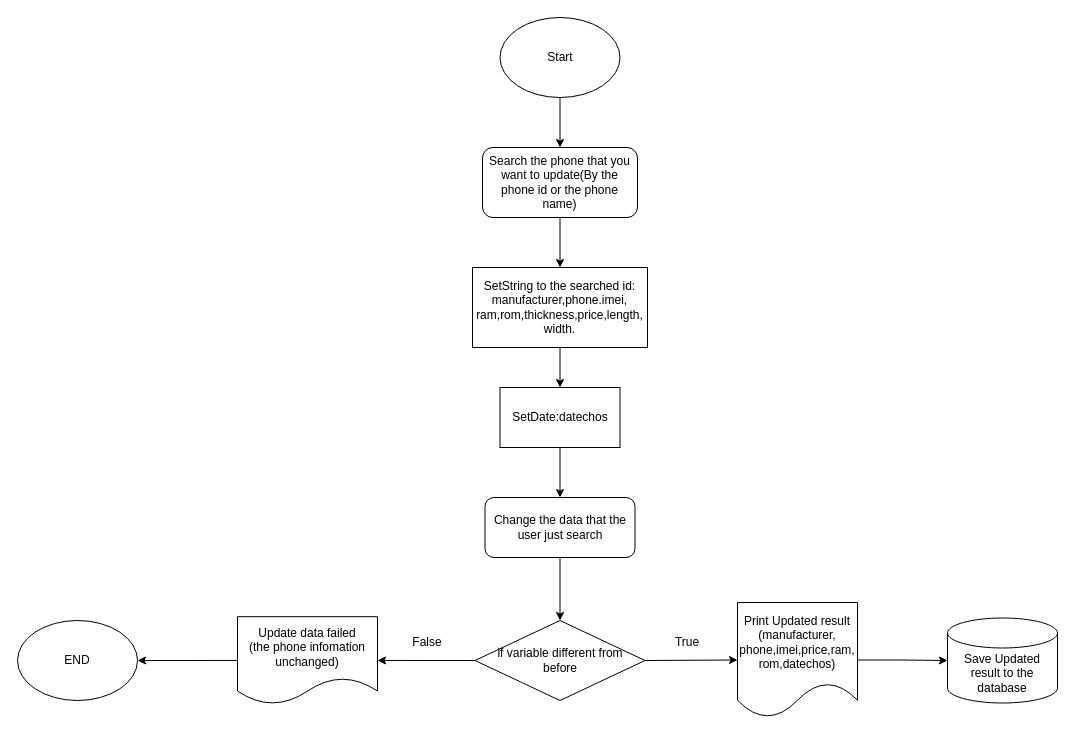
Above: new update.drawio in khanh8603/khanh8603 (draw.io), before the change. Source tidied: cells renumbered, new cells numbered last; positions are measured from the earlier drawing's top-left corner, leaving out a move shared by most shapes. Both pictures are drawn from the tidied source at 100%, with x=0, y=0 at pixel (17, 17).
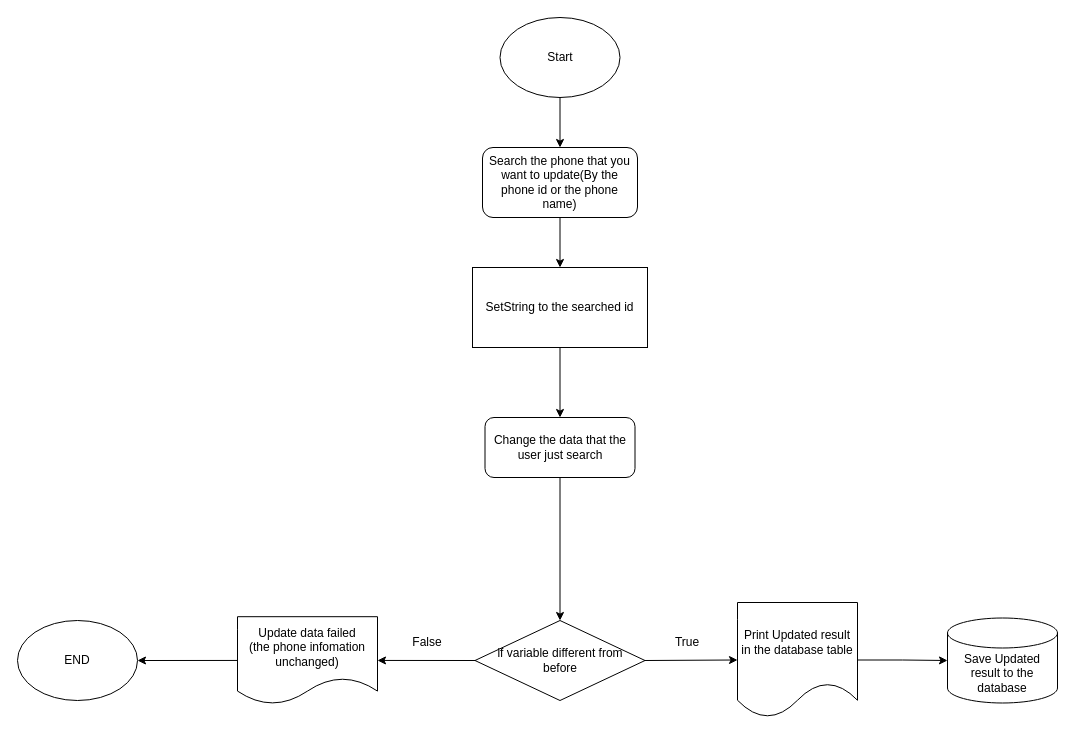
The same diagram, later.

Commit message:
Cập nhật new update.drawio

The edit, as a diff of the source:
```diff
@@
-    <mxCell id="3" style="edgeStyle=orthogonalEdgeStyle;rounded=0;jettySize=auto;html=1;exitX=0.5;exitY=1;exitDx=0;exitDy=0;entryX=0.5;entryY=0;entryDx=0;entryDy=0;" parent="1" edge="1" source="13" target="20">
+    <mxCell id="3" style="edgeStyle=orthogonalEdgeStyle;rounded=0;jettySize=auto;html=1;exitX=0.5;exitY=1;exitDx=0;exitDy=0;entryX=0.5;entryY=0;entryDx=0;entryDy=0;" parent="1" edge="1" source="13" target="17">
       <mxGeometry relative="1" as="geometry" />
     </mxCell>
@@
-    <mxCell id="7" value="Print Updated result&lt;br&gt;(manufacturer,&lt;br&gt;phone,imei,price,ram,&lt;br&gt;rom,datechos)" style="shape=document;whiteSpace=wrap;html=1;boundedLbl=1;" parent="1" vertex="1">
+    <mxCell id="7" value="Print Updated result&lt;br&gt;in the database table" style="shape=document;whiteSpace=wrap;html=1;boundedLbl=1;" parent="1" vertex="1">
       <mxGeometry x="720" y="585" width="120" height="115" as="geometry" />
     </mxCell>
@@
-    <mxCell id="13" value="&lt;div&gt;SetString to the searched id: manufacturer,phone.imei,&lt;/div&gt;&lt;div&gt;ram,rom,thickness,price,length,&lt;/div&gt;&lt;div&gt;width.&lt;/div&gt;" style="rounded=0;whiteSpace=wrap;html=1;" parent="1" vertex="1">
+    <mxCell id="13" value="&lt;div&gt;SetString to the searched id&lt;/div&gt;" style="rounded=0;whiteSpace=wrap;html=1;" parent="1" vertex="1">
       <mxGeometry x="455" y="250" width="175" height="80" as="geometry" />
     </mxCell>
@@
-    <mxCell id="15" style="edgeStyle=orthogonalEdgeStyle;rounded=0;jettySize=auto;html=1;entryX=0.5;entryY=0;entryDx=0;entryDy=0;" parent="1" edge="1" source="20" target="17">
-      <mxGeometry relative="1" as="geometry" />
-    </mxCell>
@@
     <mxCell id="17" value="Change the data that the user just search" style="rounded=1;whiteSpace=wrap;html=1;" parent="1" vertex="1">
-      <mxGeometry x="467.5" y="480" width="150" height="60" as="geometry" />
+      <mxGeometry x="467.5" y="400" width="150" height="60" as="geometry" />
     </mxCell>
@@
-    <mxCell id="20" value="SetDate:datechos" style="rounded=0;whiteSpace=wrap;html=1;" parent="1" vertex="1">
-      <mxGeometry x="482.5" y="370" width="120" height="60" as="geometry" />
-    </mxCell>
```
